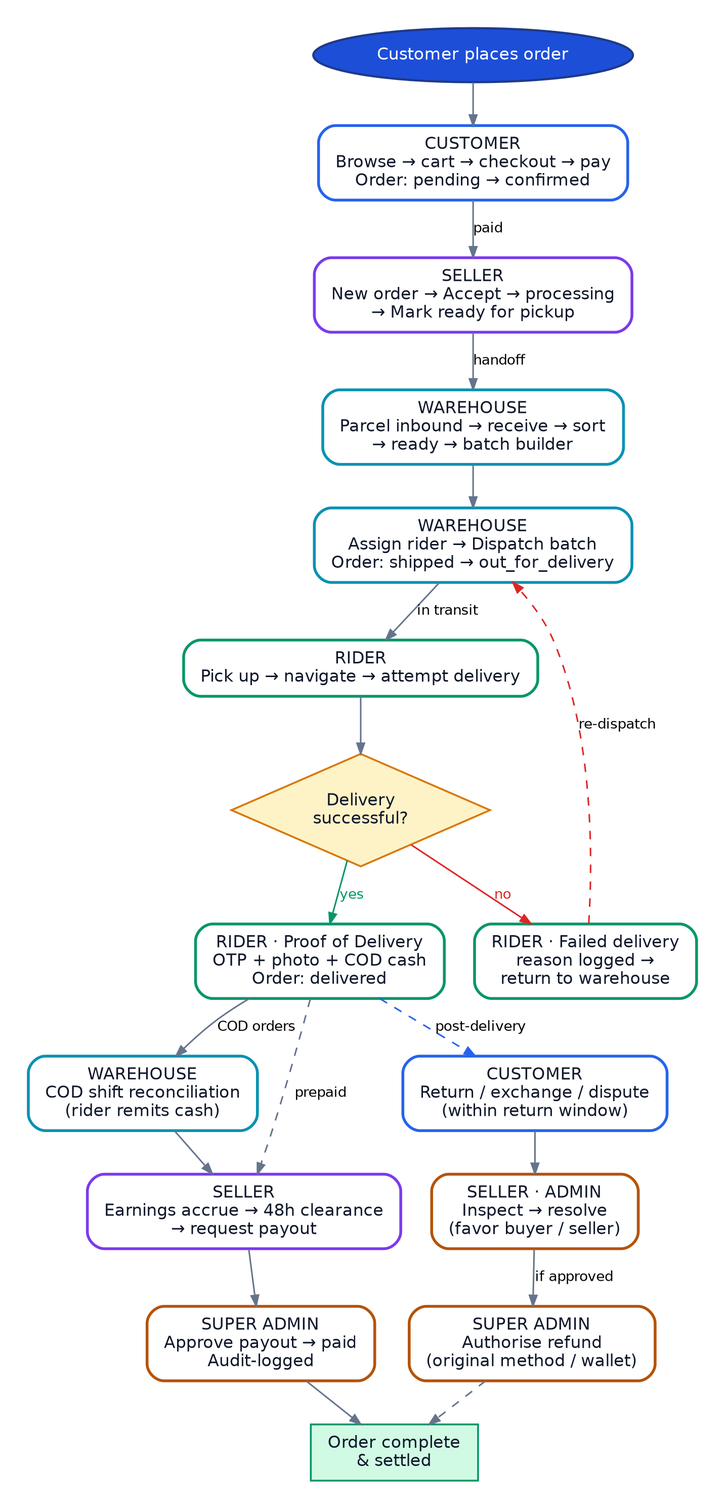
Earlier version of the Graphviz export docs/flows/diagrams/02_lifecycle.png (WaseemMirzaa/somba-apps). Its source is kept beside it as docs/flows/diagrams/02_lifecycle.dot. Its diagram source:
```dot
digraph life {
  graph [rankdir=TB, bgcolor="white", fontname="Helvetica", nodesep=0.3, ranksep=0.4, pad=0.28, ];
  node  [fontname="Helvetica", fontsize=12, margin="0.17,0.10", penwidth=1.3];
  edge  [fontname="Helvetica", fontsize=10, color="#64748b", arrowsize=0.75, penwidth=1.1];
  node [fontsize=11];
  "L0" [label="Customer places order", shape=oval, style="filled", fillcolor="#1d4ed8", color="#1e3a8a", fontcolor="white", fontsize=12, penwidth=1.6];
  "L1" [label="CUSTOMER
Browse → cart → checkout → pay
Order: pending → confirmed", shape=box, style="rounded,filled", fillcolor="white", color="#2563eb", fontcolor="#0f172a", fontsize=12, penwidth=2.0];
  "L2" [label="SELLER
New order → Accept → processing
→ Mark ready for pickup", shape=box, style="rounded,filled", fillcolor="white", color="#7c3aed", fontcolor="#0f172a", fontsize=12, penwidth=2.0];
  "L3" [label="WAREHOUSE
Parcel inbound → receive → sort
→ ready → batch builder", shape=box, style="rounded,filled", fillcolor="white", color="#0891b2", fontcolor="#0f172a", fontsize=12, penwidth=2.0];
  "L4" [label="WAREHOUSE
Assign rider → Dispatch batch
Order: shipped → out_for_delivery", shape=box, style="rounded,filled", fillcolor="white", color="#0891b2", fontcolor="#0f172a", fontsize=12, penwidth=2.0];
  "L5" [label="RIDER
Pick up → navigate → attempt delivery", shape=box, style="rounded,filled", fillcolor="white", color="#059669", fontcolor="#0f172a", fontsize=12, penwidth=2.0];
  "L6" [label="Delivery
successful?", shape=diamond, style="filled", fillcolor="#FEF3C7", color="#d97706", fontcolor="#0f172a", fontsize=12, penwidth=1.3];
  "L7" [label="RIDER · Proof of Delivery
OTP + photo + COD cash
Order: delivered", shape=box, style="rounded,filled", fillcolor="white", color="#059669", fontcolor="#0f172a", fontsize=12, penwidth=2.0];
  "L8" [label="RIDER · Failed delivery
reason logged →
return to warehouse", shape=box, style="rounded,filled", fillcolor="white", color="#059669", fontcolor="#0f172a", fontsize=12, penwidth=2.0];
  "L9" [label="WAREHOUSE
COD shift reconciliation
(rider remits cash)", shape=box, style="rounded,filled", fillcolor="white", color="#0891b2", fontcolor="#0f172a", fontsize=12, penwidth=2.0];
  "L10" [label="SELLER
Earnings accrue → 48h clearance
→ request payout", shape=box, style="rounded,filled", fillcolor="white", color="#7c3aed", fontcolor="#0f172a", fontsize=12, penwidth=2.0];
  "L11" [label="SUPER ADMIN
Approve payout → paid
Audit-logged", shape=box, style="rounded,filled", fillcolor="white", color="#b45309", fontcolor="#0f172a", fontsize=12, penwidth=2.0];
  "L12" [label="Order complete
& settled", shape=box, style="filled", fillcolor="#D1FAE5", color="#059669", fontcolor="#0f172a", fontsize=12, penwidth=1.3];
  "R1" [label="CUSTOMER
Return / exchange / dispute
(within return window)", shape=box, style="rounded,filled", fillcolor="white", color="#2563eb", fontcolor="#0f172a", fontsize=12, penwidth=2.0];
  "R2" [label="SELLER · ADMIN
Inspect → resolve
(favor buyer / seller)", shape=box, style="rounded,filled", fillcolor="white", color="#b45309", fontcolor="#0f172a", fontsize=12, penwidth=2.0];
  "R3" [label="SUPER ADMIN
Authorise refund
(original method / wallet)", shape=box, style="rounded,filled", fillcolor="white", color="#b45309", fontcolor="#0f172a", fontsize=12, penwidth=2.0];
  "L0" -> "L1" [style=solid, color="#64748b"];
  "L1" -> "L2" [style=solid, color="#64748b", label="paid"];
  "L2" -> "L3" [style=solid, color="#64748b", label="handoff"];
  "L3" -> "L4" [style=solid, color="#64748b"];
  "L4" -> "L5" [style=solid, color="#64748b", label="in transit"];
  "L5" -> "L6" [style=solid, color="#64748b"];
  "L6" -> "L7" [style=solid, color="#059669", label="yes", fontcolor="#059669"];
  "L6" -> "L8" [style=solid, color="#dc2626", label="no", fontcolor="#dc2626"];
  "L8" -> "L4" [style=dashed, color="#dc2626", label="re-dispatch"];
  "L7" -> "L9" [style=solid, color="#64748b", label="COD orders"];
  "L9" -> "L10" [style=solid, color="#64748b"];
  "L7" -> "L10" [style=dashed, color="#64748b", label="prepaid"];
  "L10" -> "L11" [style=solid, color="#64748b"];
  "L11" -> "L12" [style=solid, color="#64748b"];
  "L7" -> "R1" [style=dashed, color="#2563eb", label="post-delivery"];
  "R1" -> "R2" [style=solid, color="#64748b"];
  "R2" -> "R3" [style=solid, color="#64748b", label="if approved"];
  "R3" -> "L12" [style=dashed, color="#64748b"];
}
```
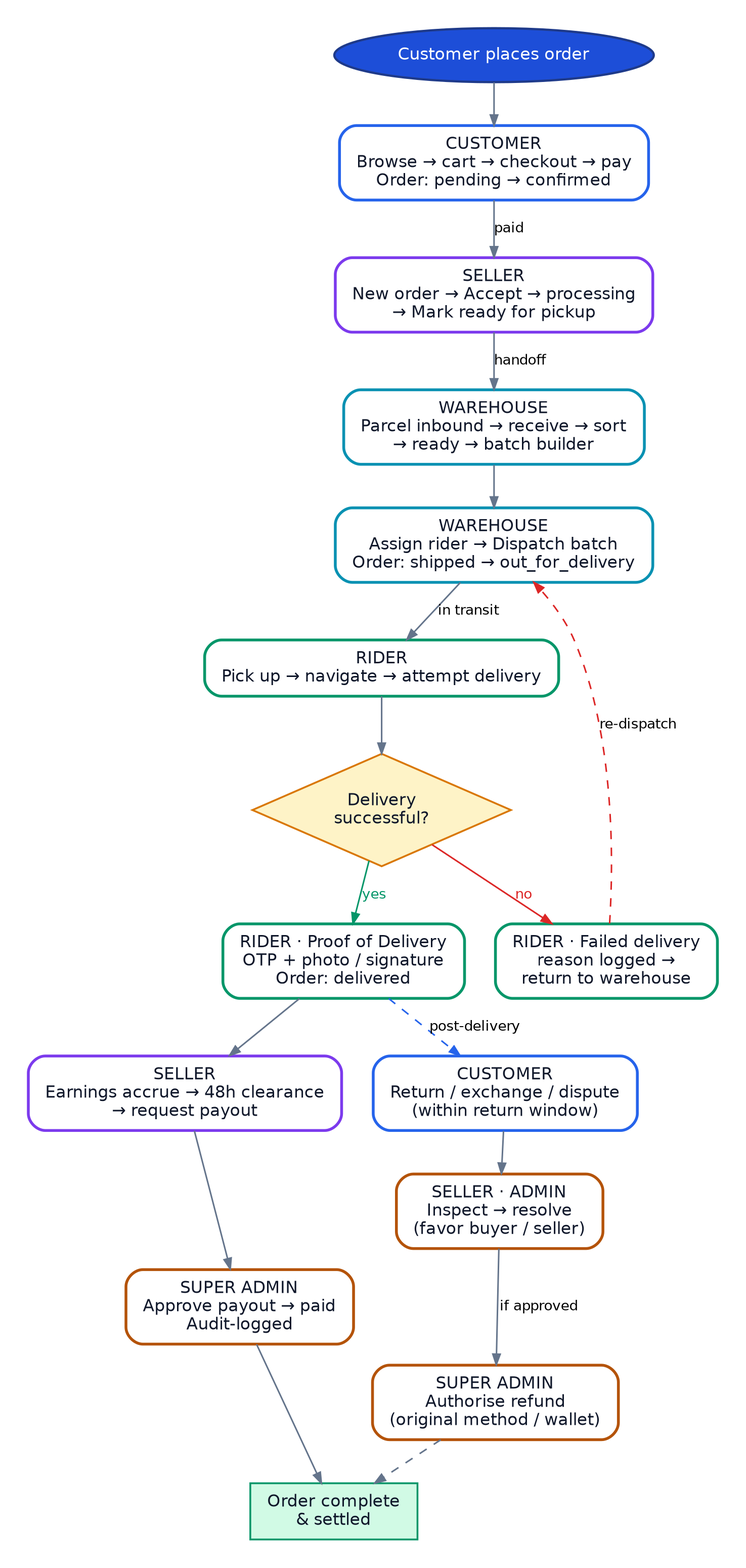
After the change.

The edit, as a diff of the source:
```diff
@@ -21,14 +21,11 @@
   "L6" [label="Delivery
 successful?", shape=diamond, style="filled", fillcolor="#FEF3C7", color="#d97706", fontcolor="#0f172a", fontsize=12, penwidth=1.3];
   "L7" [label="RIDER · Proof of Delivery
-OTP + photo + COD cash
+OTP + photo / signature
 Order: delivered", shape=box, style="rounded,filled", fillcolor="white", color="#059669", fontcolor="#0f172a", fontsize=12, penwidth=2.0];
   "L8" [label="RIDER · Failed delivery
 reason logged →
 return to warehouse", shape=box, style="rounded,filled", fillcolor="white", color="#059669", fontcolor="#0f172a", fontsize=12, penwidth=2.0];
-  "L9" [label="WAREHOUSE
-COD shift reconciliation
-(rider remits cash)", shape=box, style="rounded,filled", fillcolor="white", color="#0891b2", fontcolor="#0f172a", fontsize=12, penwidth=2.0];
   "L10" [label="SELLER
 Earnings accrue → 48h clearance
 → request payout", shape=box, style="rounded,filled", fillcolor="white", color="#7c3aed", fontcolor="#0f172a", fontsize=12, penwidth=2.0];
@@ -55,9 +52,7 @@
   "L6" -> "L7" [style=solid, color="#059669", label="yes", fontcolor="#059669"];
   "L6" -> "L8" [style=solid, color="#dc2626", label="no", fontcolor="#dc2626"];
   "L8" -> "L4" [style=dashed, color="#dc2626", label="re-dispatch"];
-  "L7" -> "L9" [style=solid, color="#64748b", label="COD orders"];
-  "L9" -> "L10" [style=solid, color="#64748b"];
-  "L7" -> "L10" [style=dashed, color="#64748b", label="prepaid"];
+  "L7" -> "L10" [style=solid, color="#64748b"];
   "L10" -> "L11" [style=solid, color="#64748b"];
   "L11" -> "L12" [style=solid, color="#64748b"];
   "L7" -> "R1" [style=dashed, color="#2563eb", label="post-delivery"];
```
